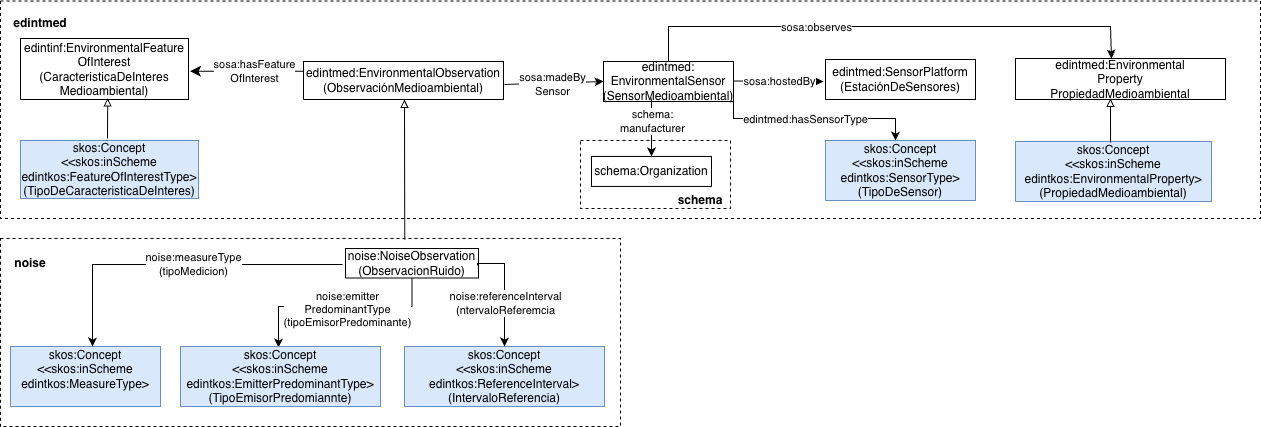
The draw.io diagram diagrams/diagrama-conceptual.png in oeg-upm/edint-ontologia-contaminacion-acustica, before a commit. Source tidied: cells renumbered, new cells last; positions are measured from the earlier drawing's top-left corner, leaving out a move shared by most shapes.
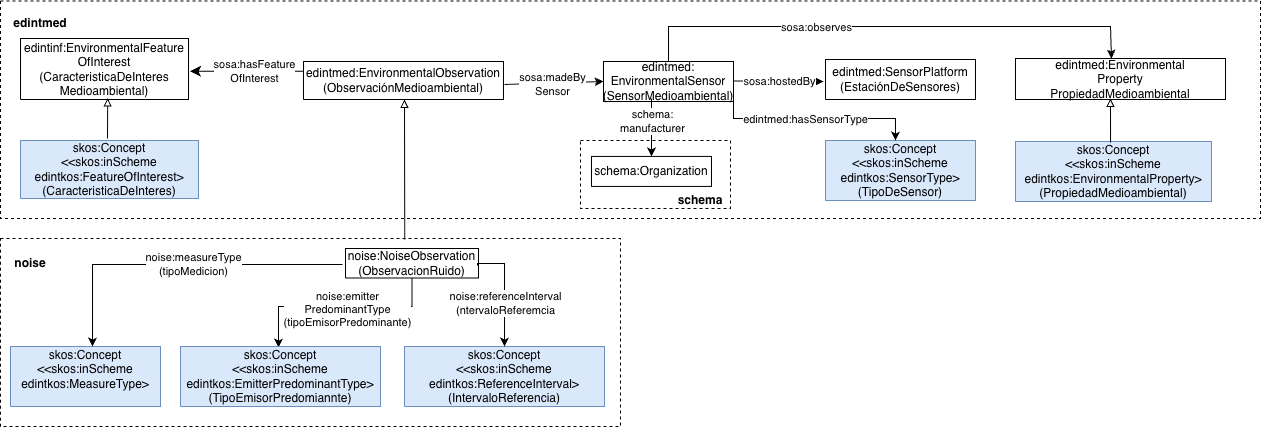
After the change.

Commit message:
Ajuste diagrama conceptual

Ajuste diagrama conceptual

Diff of the diagram source:
```diff
@@ -158,7 +158,7 @@
         <mxPoint y="20" as="offset" />
       </mxGeometry>
     </mxCell>
-    <mxCell id="39" value="&lt;div&gt;skos:Concept&lt;/div&gt;&lt;div&gt;&amp;lt;&amp;lt;skos:inScheme edintkos:FeatureOfInterest&lt;span style=&quot;background-color: transparent; color: light-dark(rgb(0, 0, 0), rgb(255, 255, 255));&quot;&gt;Type&amp;gt;&lt;/span&gt;&lt;/div&gt;&lt;div&gt;(TipoDeCaracteristicaDeInteres)&lt;/div&gt;" style="verticalAlign=middle;align=center;vsdxID=334;shape=(stored shape, 160 characters);labelBackgroundColor=none;rounded=0;html=1;whiteSpace=wrap;fillColor=#dae8fc;strokeColor=#6c8ebf;" parent="1" vertex="1">
+    <mxCell id="39" value="&lt;div&gt;skos:Concept&lt;/div&gt;&lt;div&gt;&amp;lt;&amp;lt;skos:inScheme edintkos:FeatureOfInterest&lt;span style=&quot;background-color: transparent; color: light-dark(rgb(0, 0, 0), rgb(255, 255, 255));&quot;&gt;&amp;gt;&lt;/span&gt;&lt;/div&gt;&lt;div&gt;(CaracteristicaDeInteres)&lt;/div&gt;" style="verticalAlign=middle;align=center;vsdxID=334;shape=(stored shape, 160 characters);labelBackgroundColor=none;rounded=0;html=1;whiteSpace=wrap;fillColor=#dae8fc;strokeColor=#6c8ebf;" parent="1" vertex="1">
       <mxGeometry x="20" y="139.9" width="178" height="58.1" as="geometry" />
     </mxCell>
     <mxCell id="40" style="endArrow=block;html=1;rounded=0;entryX=0.519;entryY=0.975;entryDx=0;entryDy=0;entryPerimeter=0;endFill=0;" parent="1" edge="1" target="9">
```
